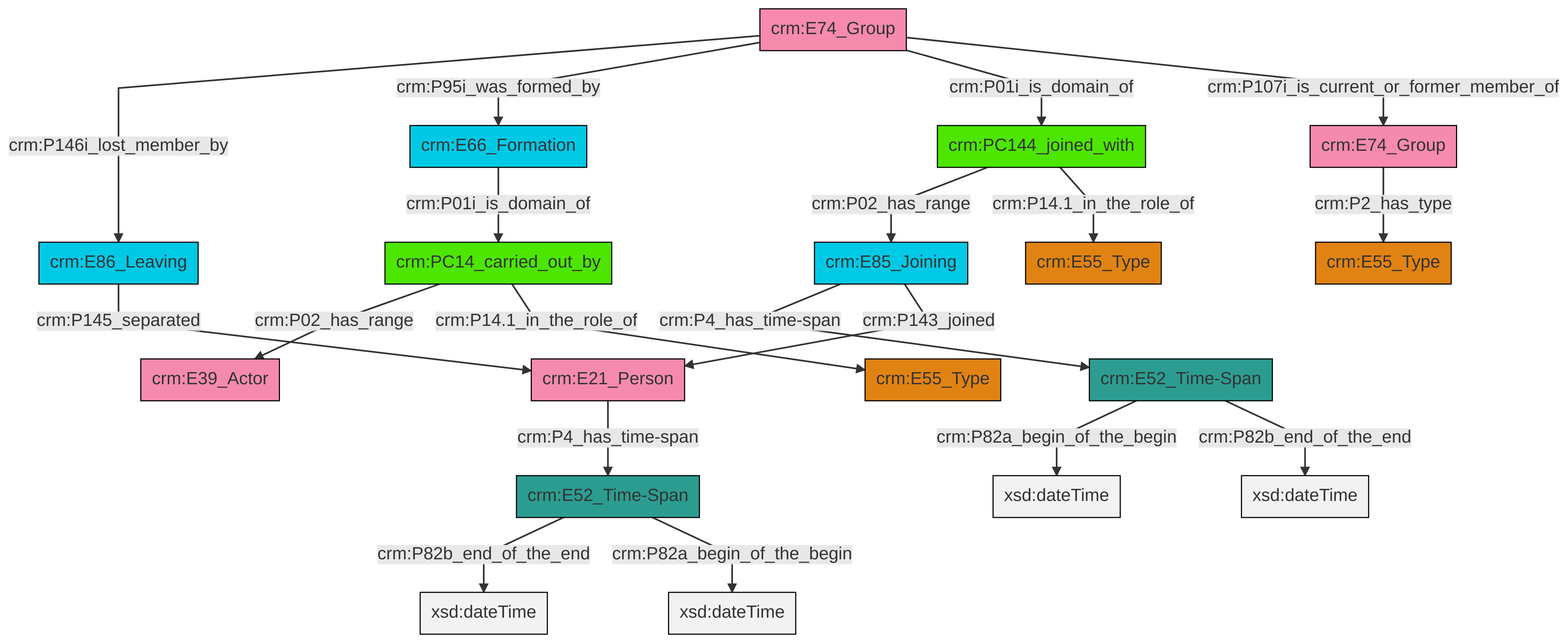
This is et/groupCSV/ttl/mmd/png/group_actor_relations.png from swiss-art-research-net/reference-data-models, a Mermaid export, as it was before one commit. Its source is kept beside it as et/groupCSV/ttl/mmd/group_actor_relations.ttl.mmd.
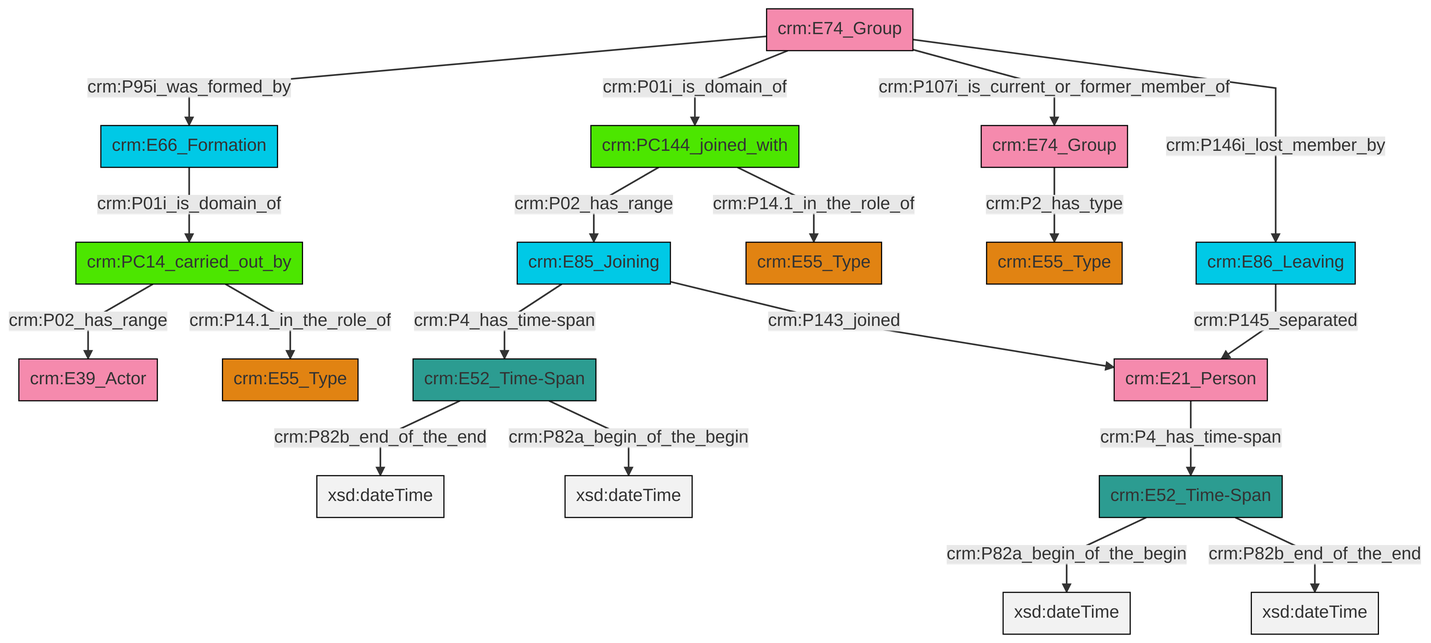
Above is the later version.

Diff of the diagram source:
```diff
@@ -13,21 +13,21 @@
 classDef PC_Classes fill:#4ce600, stroke:#000000;
 classDef Multi fill:#cccccc,stroke:#000000;
 
-0["crm:E66_Formation"]:::Temporal_Entity -->|crm:P01i_is_domain_of| 1["crm:PC14_carried_out_by"]:::PC_Classes
-5["crm:E52_Time-Span"]:::Time-Span -->|crm:P82a_begin_of_the_begin| 6[xsd:dateTime]:::Literal
-11["crm:E74_Group"]:::Actor -->|crm:P146i_lost_member_by| 9["crm:E86_Leaving"]:::Temporal_Entity
-1["crm:PC14_carried_out_by"]:::PC_Classes -->|crm:P02_has_range| 12["crm:E39_Actor"]:::Actor
-13["crm:E52_Time-Span"]:::Time-Span -->|crm:P82b_end_of_the_end| 15[xsd:dateTime]:::Literal
-1["crm:PC14_carried_out_by"]:::PC_Classes -->|crm:P14.1_in_the_role_of| 18["crm:E55_Type"]:::Type
-5["crm:E52_Time-Span"]:::Time-Span -->|crm:P82b_end_of_the_end| 19[xsd:dateTime]:::Literal
-9["crm:E86_Leaving"]:::Temporal_Entity -->|crm:P145_separated| 16["crm:E21_Person"]:::Actor
-16["crm:E21_Person"]:::Actor -->|crm:P4_has_time-span| 13["crm:E52_Time-Span"]:::Time-Span
-21["crm:PC144_joined_with"]:::PC_Classes -->|crm:P02_has_range| 22["crm:E85_Joining"]:::Temporal_Entity
-11["crm:E74_Group"]:::Actor -->|crm:P95i_was_formed_by| 0["crm:E66_Formation"]:::Temporal_Entity
-22["crm:E85_Joining"]:::Temporal_Entity -->|crm:P4_has_time-span| 5["crm:E52_Time-Span"]:::Time-Span
-13["crm:E52_Time-Span"]:::Time-Span -->|crm:P82a_begin_of_the_begin| 30[xsd:dateTime]:::Literal
-21["crm:PC144_joined_with"]:::PC_Classes -->|crm:P14.1_in_the_role_of| 26["crm:E55_Type"]:::Type
-11["crm:E74_Group"]:::Actor -->|crm:P01i_is_domain_of| 21["crm:PC144_joined_with"]:::PC_Classes
-22["crm:E85_Joining"]:::Temporal_Entity -->|crm:P143_joined| 16["crm:E21_Person"]:::Actor
-11["crm:E74_Group"]:::Actor -->|crm:P107i_is_current_or_former_member_of| 2["crm:E74_Group"]:::Actor
-2["crm:E74_Group"]:::Actor -->|crm:P2_has_type| 7["crm:E55_Type"]:::Type
+0["crm:PC144_joined_with"]:::PC_Classes -->|crm:P02_has_range| 1["crm:E85_Joining"]:::Temporal_Entity
+4["crm:E52_Time-Span"]:::Time-Span -->|crm:P82a_begin_of_the_begin| 5[xsd:dateTime]:::Literal
+10["crm:E74_Group"]:::Actor -->|crm:P2_has_type| 11["crm:E55_Type"]:::Type
+14["crm:E21_Person"]:::Actor -->|crm:P4_has_time-span| 4["crm:E52_Time-Span"]:::Time-Span
+6["crm:PC14_carried_out_by"]:::PC_Classes -->|crm:P02_has_range| 8["crm:E39_Actor"]:::Actor
+15["crm:E74_Group"]:::Actor -->|crm:P95i_was_formed_by| 16["crm:E66_Formation"]:::Temporal_Entity
+16["crm:E66_Formation"]:::Temporal_Entity -->|crm:P01i_is_domain_of| 6["crm:PC14_carried_out_by"]:::PC_Classes
+19["crm:E86_Leaving"]:::Temporal_Entity -->|crm:P145_separated| 14["crm:E21_Person"]:::Actor
+0["crm:PC144_joined_with"]:::PC_Classes -->|crm:P14.1_in_the_role_of| 21["crm:E55_Type"]:::Type
+6["crm:PC14_carried_out_by"]:::PC_Classes -->|crm:P14.1_in_the_role_of| 12["crm:E55_Type"]:::Type
+15["crm:E74_Group"]:::Actor -->|crm:P01i_is_domain_of| 0["crm:PC144_joined_with"]:::PC_Classes
+15["crm:E74_Group"]:::Actor -->|crm:P107i_is_current_or_former_member_of| 10["crm:E74_Group"]:::Actor
+2["crm:E52_Time-Span"]:::Time-Span -->|crm:P82b_end_of_the_end| 26[xsd:dateTime]:::Literal
+4["crm:E52_Time-Span"]:::Time-Span -->|crm:P82b_end_of_the_end| 29[xsd:dateTime]:::Literal
+1["crm:E85_Joining"]:::Temporal_Entity -->|crm:P4_has_time-span| 2["crm:E52_Time-Span"]:::Time-Span
+15["crm:E74_Group"]:::Actor -->|crm:P146i_lost_member_by| 19["crm:E86_Leaving"]:::Temporal_Entity
+2["crm:E52_Time-Span"]:::Time-Span -->|crm:P82a_begin_of_the_begin| 31[xsd:dateTime]:::Literal
+1["crm:E85_Joining"]:::Temporal_Entity -->|crm:P143_joined| 14["crm:E21_Person"]:::Actor
```
